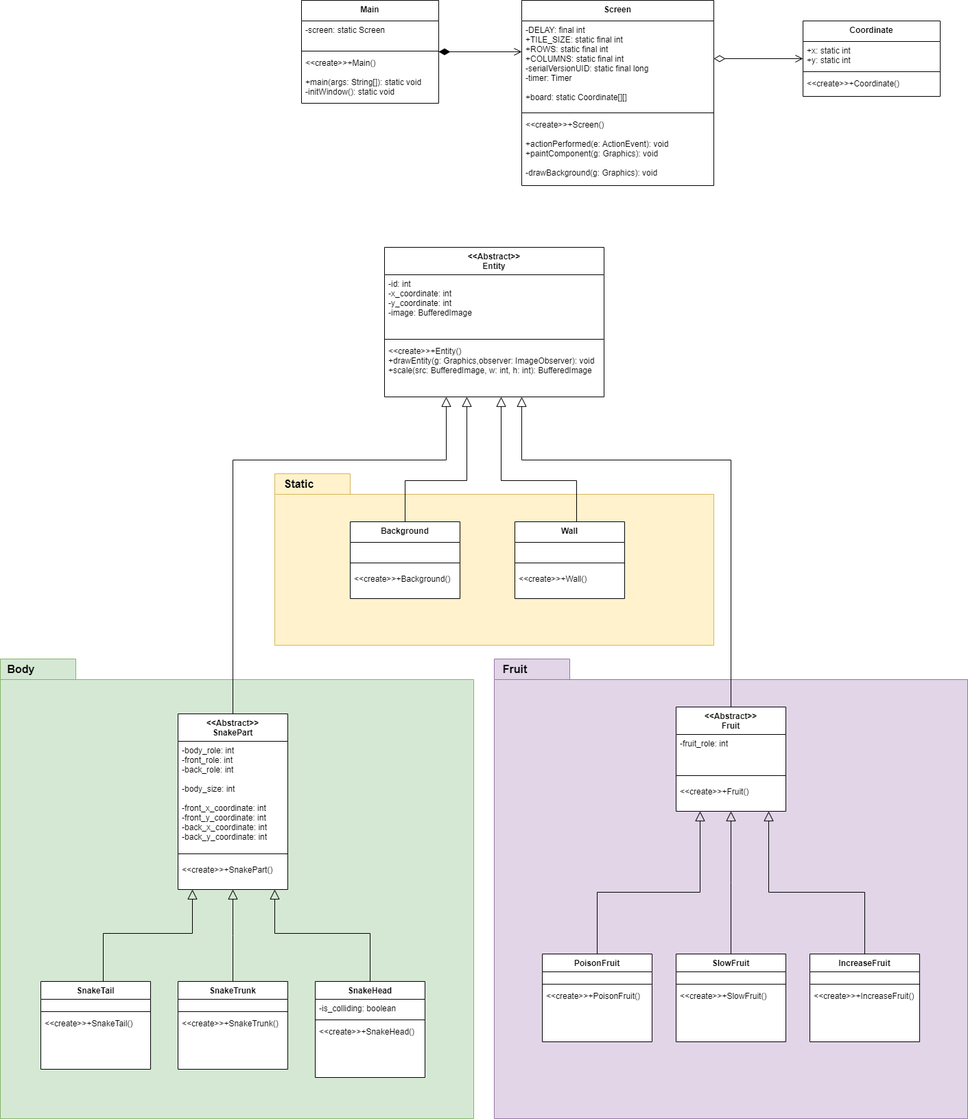
The draw.io diagram snake-game-uml.drawio.png in daniapc/snake-game, before a commit. Source tidied: cells renumbered, new cells last; positions are measured from the earlier drawing's top-left corner, leaving out a move shared by most shapes.
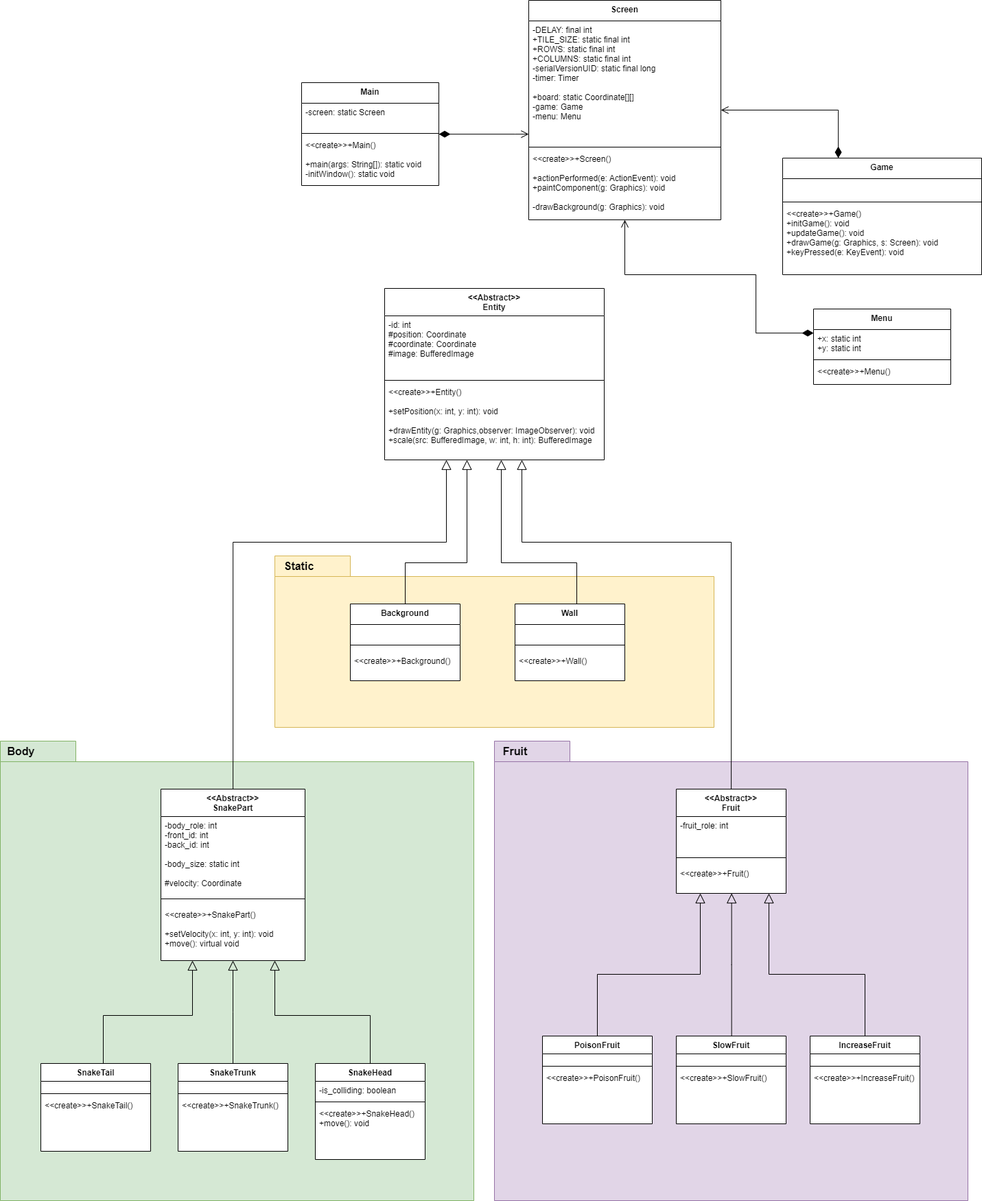
The same file after the commit.

Commit message:
Creating Game and Menu classes, updating UML

Change to the diagram source:
```diff
@@ -6,28 +6,28 @@
       <mxGeometry y="960" width="690" height="670" as="geometry" />
     </mxCell>
     <mxCell id="3" value="&lt;&lt;Abstract&gt;&gt;&#10;Entity" style="swimlane;fontStyle=1;align=center;verticalAlign=top;horizontal=1;startSize=40;swimlaneFillColor=default;" parent="1" vertex="1">
-      <mxGeometry x="560" y="360" width="320" height="218" as="geometry" />
+      <mxGeometry x="560" y="300" width="320" height="250" as="geometry" />
     </mxCell>
-    <mxCell id="4" value="-id: int&#10;-x_coordinate: int&#10;-y_coordinate: int&#10;-image: BufferedImage" style="text;strokeColor=none;fillColor=none;align=left;verticalAlign=top;spacingLeft=4;spacingRight=4;overflow=hidden;" parent="3" vertex="1">
+    <mxCell id="4" value="-id: int&#10;#position: Coordinate&#10;#coordinate: Coordinate&#10;#image: BufferedImage" style="text;strokeColor=none;fillColor=none;align=left;verticalAlign=top;spacingLeft=4;spacingRight=4;overflow=hidden;" parent="3" vertex="1">
       <mxGeometry y="40" width="320" height="90" as="geometry" />
     </mxCell>
     <mxCell id="5" style="line;strokeWidth=1;fillColor=none;align=left;verticalAlign=middle;spacingTop=-1;spacingLeft=3;spacingRight=3;labelPosition=right;" parent="3" vertex="1">
       <mxGeometry y="130" width="320" height="8" as="geometry" />
     </mxCell>
-    <mxCell id="6" value="&lt;&lt;create&gt;&gt;+Entity()&#10;+drawEntity(g: Graphics,observer: ImageObserver): void&#10;+scale(src: BufferedImage, w: int, h: int): BufferedImage" style="text;strokeColor=none;fillColor=none;align=left;verticalAlign=top;spacingLeft=4;spacingRight=4;overflow=hidden;points=[[0,0.5],[1,0.5]];portConstraint=eastwest;" parent="3" vertex="1">
-      <mxGeometry y="138" width="320" height="80" as="geometry" />
+    <mxCell id="6" value="&lt;&lt;create&gt;&gt;+Entity()&#10;&#10;+setPosition(x: int, y: int): void&#10;&#10;+drawEntity(g: Graphics,observer: ImageObserver): void&#10;+scale(src: BufferedImage, w: int, h: int): BufferedImage&#10;" style="text;strokeColor=none;fillColor=none;align=left;verticalAlign=top;spacingLeft=4;spacingRight=4;overflow=hidden;points=[[0,0.5],[1,0.5]];portConstraint=eastwest;" parent="3" vertex="1">
+      <mxGeometry y="138" width="320" height="112" as="geometry" />
     </mxCell>
     <mxCell id="7" value="&lt;&lt;Abstract&gt;&gt;&#10;SnakePart" style="swimlane;fontStyle=1;align=center;verticalAlign=top;horizontal=1;startSize=40;gradientColor=none;swimlaneFillColor=default;" parent="1" vertex="1">
-      <mxGeometry x="259" y="1040" width="160" height="256" as="geometry" />
+      <mxGeometry x="234" y="1030" width="210" height="250" as="geometry" />
     </mxCell>
-    <mxCell id="8" value="-body_role: int&#10;-front_role: int&#10;-back_role: int&#10;&#10;-body_size: int&#10;&#10;-front_x_coordinate: int&#10;-front_y_coordinate: int&#10;-back_x_coordinate: int&#10;-back_y_coordinate: int" style="text;align=left;verticalAlign=top;spacingLeft=4;spacingRight=4;overflow=hidden;" parent="7" vertex="1">
-      <mxGeometry y="40" width="160" height="154" as="geometry" />
+    <mxCell id="8" value="-body_role: int&#10;-front_id: int&#10;-back_id: int&#10;&#10;-body_size: static int&#10;&#10;#velocity: Coordinate&#10;" style="text;align=left;verticalAlign=top;spacingLeft=4;spacingRight=4;overflow=hidden;" parent="7" vertex="1">
+      <mxGeometry y="40" width="210" height="110" as="geometry" />
     </mxCell>
     <mxCell id="9" style="line;strokeWidth=1;fillColor=none;align=left;verticalAlign=middle;spacingTop=-1;spacingLeft=3;spacingRight=3;labelPosition=right;" parent="7" vertex="1">
-      <mxGeometry y="194" width="160" height="20" as="geometry" />
+      <mxGeometry y="150" width="210" height="20" as="geometry" />
     </mxCell>
-    <mxCell id="10" value="&lt;&lt;create&gt;&gt;+SnakePart()" style="text;strokeColor=none;fillColor=none;align=left;verticalAlign=top;spacingLeft=4;spacingRight=4;overflow=hidden;points=[[0,0.5],[1,0.5]];portConstraint=eastwest;" parent="7" vertex="1">
-      <mxGeometry y="214" width="160" height="42" as="geometry" />
+    <mxCell id="10" value="&lt;&lt;create&gt;&gt;+SnakePart()&#10;&#10;+setVelocity(x: int, y: int): void&#10;+move(): virtual void" style="text;strokeColor=none;fillColor=none;align=left;verticalAlign=top;spacingLeft=4;spacingRight=4;overflow=hidden;points=[[0,0.5],[1,0.5]];portConstraint=eastwest;" parent="7" vertex="1">
+      <mxGeometry y="170" width="210" height="80" as="geometry" />
     </mxCell>
     <mxCell id="11" value="SnakeHead" style="swimlane;fontStyle=1;align=center;verticalAlign=top;horizontal=1;startSize=26;swimlaneFillColor=default;" parent="1" vertex="1">
       <mxGeometry x="459" y="1430" width="160" height="140" as="geometry" />
@@ -38,7 +38,7 @@
     <mxCell id="13" style="line;strokeWidth=1;fillColor=none;align=left;verticalAlign=middle;spacingTop=-1;spacingLeft=3;spacingRight=3;labelPosition=right;" parent="11" vertex="1">
       <mxGeometry y="52" width="160" height="8" as="geometry" />
     </mxCell>
-    <mxCell id="14" value="&lt;&lt;create&gt;&gt;+SnakeHead()" style="text;strokeColor=none;fillColor=none;align=left;verticalAlign=top;spacingLeft=4;spacingRight=4;overflow=hidden;" parent="11" vertex="1">
+    <mxCell id="14" value="&lt;&lt;create&gt;&gt;+SnakeHead()&#10;+move(): void" style="text;strokeColor=none;fillColor=none;align=left;verticalAlign=top;spacingLeft=4;spacingRight=4;overflow=hidden;" parent="11" vertex="1">
       <mxGeometry y="60" width="160" height="80" as="geometry" />
     </mxCell>
     <mxCell id="15" value="SnakeTrunk" style="swimlane;fontStyle=1;align=center;verticalAlign=top;horizontal=1;startSize=26;swimlaneFillColor=default;" parent="1" vertex="1">
@@ -237,16 +237,16 @@
       <mxGeometry y="78" width="200" height="72" as="geometry" />
     </mxCell>
     <mxCell id="66" value="Screen" style="swimlane;fontStyle=1;align=center;verticalAlign=top;horizontal=1;startSize=30;swimlaneFillColor=default;" parent="1" vertex="1">
-      <mxGeometry x="760" width="280" height="270" as="geometry" />
+      <mxGeometry x="770" y="-120" width="280" height="320" as="geometry" />
     </mxCell>
-    <mxCell id="67" value="-DELAY: final int&#10;+TILE_SIZE: static final int&#10;+ROWS: static final int&#10;+COLUMNS: static final int&#10;-serialVersionUID: static final long&#10;-timer: Timer&#10;&#10;+board: static Coordinate[][]" style="text;strokeColor=none;fillColor=none;align=left;verticalAlign=top;spacingLeft=4;spacingRight=4;overflow=hidden;points=[[0,0.5],[1,0.5]];portConstraint=eastwest;" parent="66" vertex="1">
-      <mxGeometry y="30" width="280" height="130" as="geometry" />
+    <mxCell id="67" value="-DELAY: final int&#10;+TILE_SIZE: static final int&#10;+ROWS: static final int&#10;+COLUMNS: static final int&#10;-serialVersionUID: static final long&#10;-timer: Timer&#10;&#10;+board: static Coordinate[][]&#10;-game: Game&#10;-menu: Menu" style="text;strokeColor=none;fillColor=none;align=left;verticalAlign=top;spacingLeft=4;spacingRight=4;overflow=hidden;points=[[0,0.5],[1,0.5]];portConstraint=eastwest;" parent="66" vertex="1">
+      <mxGeometry y="30" width="280" height="180" as="geometry" />
     </mxCell>
     <mxCell id="68" style="line;strokeWidth=1;fillColor=none;align=left;verticalAlign=middle;spacingTop=-1;spacingLeft=3;spacingRight=3;labelPosition=right;" parent="66" vertex="1">
-      <mxGeometry y="160" width="280" height="8" as="geometry" />
+      <mxGeometry y="210" width="280" height="8" as="geometry" />
     </mxCell>
     <mxCell id="69" value="&lt;&lt;create&gt;&gt;+Screen()&#10;&#10;+actionPerformed(e: ActionEvent): void&#10;+paintComponent(g: Graphics): void&#10;&#10;-drawBackground(g: Graphics): void" style="text;strokeColor=none;fillColor=none;align=left;verticalAlign=top;spacingLeft=4;spacingRight=4;overflow=hidden;" parent="66" vertex="1">
-      <mxGeometry y="168" width="280" height="102" as="geometry" />
+      <mxGeometry y="218" width="280" height="102" as="geometry" />
     </mxCell>
     <mxCell id="70" style="endArrow=open;html=1;edgeStyle=orthogonalEdgeStyle;rounded=0;startArrow=diamondThin;startFill=1;endSize=9;startSize=14;endFill=0;" parent="1" edge="1" source="62" target="66">
       <mxGeometry relative="1" as="geometry">
@@ -256,24 +256,45 @@
         </Array>
       </mxGeometry>
     </mxCell>
-    <mxCell id="71" value="Coordinate" style="swimlane;fontStyle=1;align=center;verticalAlign=top;horizontal=1;startSize=30;swimlaneFillColor=default;" parent="1" vertex="1">
-      <mxGeometry x="1170" y="30" width="200" height="110" as="geometry" />
-    </mxCell>
+    <mxCell id="76" value="Game" style="swimlane;fontStyle=1;align=center;verticalAlign=top;horizontal=1;startSize=30;swimlaneFillColor=default;" parent="1" vertex="1">
+      <mxGeometry x="1140" y="110" width="290" height="170" as="geometry" />
+    </mxCell>
+    <mxCell id="77" value=" " style="text;strokeColor=none;fillColor=none;align=left;verticalAlign=top;spacingLeft=4;spacingRight=4;overflow=hidden;" parent="76" vertex="1">
+      <mxGeometry y="30" width="290" height="30" as="geometry" />
+    </mxCell>
+    <mxCell id="78" style="line;strokeWidth=1;fillColor=none;align=left;verticalAlign=middle;spacingTop=-1;spacingLeft=3;spacingRight=3;labelPosition=right;" parent="76" vertex="1">
+      <mxGeometry y="60" width="290" height="8" as="geometry" />
+    </mxCell>
+    <mxCell id="79" value="&lt;&lt;create&gt;&gt;+Game()&#10;+initGame(): void&#10;+updateGame(): void&#10;+drawGame(g: Graphics, s: Screen): void&#10;+keyPressed(e: KeyEvent): void" style="text;strokeColor=none;fillColor=none;align=left;verticalAlign=top;spacingLeft=4;spacingRight=4;overflow=hidden;" parent="76" vertex="1">
+      <mxGeometry y="68" width="290" height="102" as="geometry" />
+    </mxCell>
+    <mxCell id="80" value="Menu" style="swimlane;fontStyle=1;align=center;verticalAlign=top;horizontal=1;startSize=30;swimlaneFillColor=default;" parent="1" vertex="1">
+      <mxGeometry x="1185" y="330" width="200" height="110" as="geometry" />
+    </mxCell>
-    <mxCell id="72" value="+x: static int&#10;+y: static int" style="text;strokeColor=none;fillColor=none;align=left;verticalAlign=top;spacingLeft=4;spacingRight=4;overflow=hidden;" parent="71" vertex="1">
+    <mxCell id="72" value="+x: static int&#10;+y: static int" style="text;strokeColor=none;fillColor=none;align=left;verticalAlign=top;spacingLeft=4;spacingRight=4;overflow=hidden;" parent="80" vertex="1">
       <mxGeometry y="30" width="200" height="40" as="geometry" />
     </mxCell>
-    <mxCell id="73" style="line;strokeWidth=1;fillColor=none;align=left;verticalAlign=middle;spacingTop=-1;spacingLeft=3;spacingRight=3;labelPosition=right;" parent="71" vertex="1">
+    <mxCell id="73" style="line;strokeWidth=1;fillColor=none;align=left;verticalAlign=middle;spacingTop=-1;spacingLeft=3;spacingRight=3;labelPosition=right;" parent="80" vertex="1">
       <mxGeometry y="70" width="200" height="8" as="geometry" />
     </mxCell>
-    <mxCell id="74" value="&lt;&lt;create&gt;&gt;+Coordinate()" style="text;strokeColor=none;fillColor=none;align=left;verticalAlign=top;spacingLeft=4;spacingRight=4;overflow=hidden;" parent="71" vertex="1">
-      <mxGeometry y="78" width="200" height="32" as="geometry" />
-    </mxCell>
-    <mxCell id="75" style="endArrow=diamondThin;html=1;edgeStyle=orthogonalEdgeStyle;rounded=0;startArrow=open;startFill=0;endSize=14;startSize=9;endFill=0;" parent="1" edge="1" source="71" target="67">
-      <mxGeometry relative="1" as="geometry">
-        <Array as="points">
-          <mxPoint x="1211" y="95" />
-        </Array>
-      </mxGeometry>
-    </mxCell>
+    <mxCell id="81" value="&lt;&lt;create&gt;&gt;+Menu()" style="text;strokeColor=none;fillColor=none;align=left;verticalAlign=top;spacingLeft=4;spacingRight=4;overflow=hidden;" parent="80" vertex="1">
+      <mxGeometry y="78" width="200" height="32" as="geometry" />
+    </mxCell>
+    <mxCell id="82" style="endArrow=open;html=1;edgeStyle=orthogonalEdgeStyle;rounded=0;startArrow=diamondThin;startFill=1;endSize=9;startSize=14;endFill=0;" parent="1" edge="1" source="76" target="67">
+      <mxGeometry relative="1" as="geometry">
+        <Array as="points">
+          <mxPoint x="1221" y="40" />
+        </Array>
+      </mxGeometry>
+    </mxCell>
+    <mxCell id="83" style="endArrow=open;html=1;edgeStyle=orthogonalEdgeStyle;rounded=0;startArrow=diamondThin;startFill=1;endSize=9;startSize=14;endFill=0;" parent="1" edge="1" source="80" target="66">
+      <mxGeometry relative="1" as="geometry">
+        <Array as="points">
+          <mxPoint x="1101" y="365" />
+          <mxPoint x="1101" y="280" />
+          <mxPoint x="910" y="280" />
+        </Array>
+      </mxGeometry>
+    </mxCell>
   </root>
 </mxGraphModel>
```
